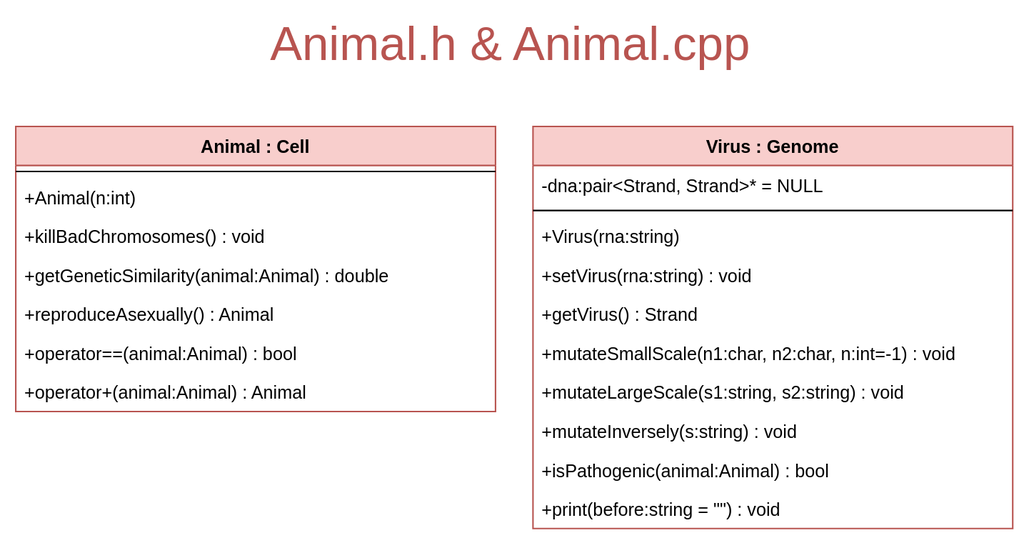
Earlier version of the draw.io export schema/classes/Animal.drawio.svg (k-forghani/class-of-life). Source tidied: cells renumbered, new cells last; positions are measured from the earlier drawing's top-left corner, leaving out a move shared by most shapes. The source it was exported from:
```xml
<mxGraphModel>
  <root>
    <mxCell id="0" />
    <mxCell id="1" parent="0" />
    <mxCell id="2" value="Virus : Genome" style="swimlane;fontStyle=1;align=center;verticalAlign=top;horizontal=1;startSize=26;rounded=0;shadow=0;strokeWidth=1;fillColor=#f8cecc;strokeColor=#b85450;swimlaneFillColor=default;" parent="1" vertex="1">
      <mxGeometry x="345" y="70" width="320" height="268" as="geometry" />
    </mxCell>
    <mxCell id="3" value="-dna:pair&lt;Strand, Strand&gt;* = NULL" style="text;align=left;verticalAlign=top;spacingLeft=4;spacingRight=4;overflow=hidden;" parent="2" vertex="1">
      <mxGeometry y="26" width="320" height="26" as="geometry" />
    </mxCell>
    <mxCell id="4" style="line;html=1;strokeWidth=1;align=left;verticalAlign=middle;spacingTop=-1;spacingLeft=3;spacingRight=3;labelPosition=right;" parent="2" vertex="1">
      <mxGeometry y="52" width="320" height="8" as="geometry" />
    </mxCell>
    <mxCell id="5" value="+Virus(rna:string)" style="text;align=left;verticalAlign=top;spacingLeft=4;spacingRight=4;overflow=hidden;" parent="2" vertex="1">
      <mxGeometry y="60" width="320" height="26" as="geometry" />
    </mxCell>
    <mxCell id="6" value="+setVirus(rna:string) : void" style="text;align=left;verticalAlign=top;spacingLeft=4;spacingRight=4;overflow=hidden;" parent="2" vertex="1">
      <mxGeometry y="86" width="320" height="26" as="geometry" />
    </mxCell>
    <mxCell id="7" value="+getVirus() : Strand" style="text;align=left;verticalAlign=top;spacingLeft=4;spacingRight=4;overflow=hidden;" parent="2" vertex="1">
      <mxGeometry y="112" width="320" height="26" as="geometry" />
    </mxCell>
    <mxCell id="8" value="+mutateSmallScale(n1:char, n2:char, n:int=-1) : void" style="text;align=left;verticalAlign=top;spacingLeft=4;spacingRight=4;overflow=hidden;" parent="2" vertex="1">
      <mxGeometry y="138" width="320" height="26" as="geometry" />
    </mxCell>
    <mxCell id="9" value="+mutateLargeScale(s1:string, s2:string) : void" style="text;align=left;verticalAlign=top;spacingLeft=4;spacingRight=4;overflow=hidden;" parent="2" vertex="1">
      <mxGeometry y="164" width="320" height="26" as="geometry" />
    </mxCell>
    <mxCell id="10" value="+mutateInversely(s:string) : void" style="text;align=left;verticalAlign=top;spacingLeft=4;spacingRight=4;overflow=hidden;" parent="2" vertex="1">
      <mxGeometry y="190" width="320" height="26" as="geometry" />
    </mxCell>
    <mxCell id="11" value="+isPathogenic(animal:Animal) : bool" style="text;align=left;verticalAlign=top;spacingLeft=4;spacingRight=4;overflow=hidden;" parent="2" vertex="1">
      <mxGeometry y="216" width="320" height="26" as="geometry" />
    </mxCell>
    <mxCell id="12" value="+print(before:string = &quot;&quot;) : void" style="text;align=left;verticalAlign=top;spacingLeft=4;spacingRight=4;overflow=hidden;" parent="2" vertex="1">
      <mxGeometry y="242" width="320" height="26" as="geometry" />
    </mxCell>
    <mxCell id="13" value="Animal : Cell" style="swimlane;fontStyle=1;align=center;verticalAlign=top;horizontal=1;startSize=26;rounded=0;shadow=0;strokeWidth=1;fillColor=#f8cecc;strokeColor=#B85450;swimlaneFillColor=default;" parent="1" vertex="1">
      <mxGeometry y="70" width="320" height="190" as="geometry" />
    </mxCell>
    <mxCell id="14" style="line;html=1;strokeWidth=1;align=left;verticalAlign=middle;spacingTop=-1;spacingLeft=3;spacingRight=3;labelPosition=right;" parent="13" vertex="1">
      <mxGeometry y="26" width="320" height="8" as="geometry" />
    </mxCell>
    <mxCell id="15" value="+Animal(n:int)" style="text;align=left;verticalAlign=top;spacingLeft=4;spacingRight=4;overflow=hidden;" parent="13" vertex="1">
      <mxGeometry y="34" width="320" height="26" as="geometry" />
    </mxCell>
    <mxCell id="16" value="+killBadChromosomes() : void" style="text;align=left;verticalAlign=top;spacingLeft=4;spacingRight=4;overflow=hidden;" parent="13" vertex="1">
      <mxGeometry y="60" width="320" height="26" as="geometry" />
    </mxCell>
    <mxCell id="17" value="+getGeneticSimilarity(animal:Animal) : double" style="text;align=left;verticalAlign=top;spacingLeft=4;spacingRight=4;overflow=hidden;" parent="13" vertex="1">
      <mxGeometry y="86" width="320" height="26" as="geometry" />
    </mxCell>
    <mxCell id="18" value="+reproduceAsexually() : Animal" style="text;align=left;verticalAlign=top;spacingLeft=4;spacingRight=4;overflow=hidden;" parent="13" vertex="1">
      <mxGeometry y="112" width="320" height="26" as="geometry" />
    </mxCell>
    <mxCell id="19" value="+operator==(animal:Animal) : bool" style="text;align=left;verticalAlign=top;spacingLeft=4;spacingRight=4;overflow=hidden;" parent="13" vertex="1">
      <mxGeometry y="138" width="320" height="26" as="geometry" />
    </mxCell>
    <mxCell id="20" value="+operator+(animal:Animal) : Animal" style="text;align=left;verticalAlign=top;spacingLeft=4;spacingRight=4;overflow=hidden;" parent="13" vertex="1">
      <mxGeometry y="164" width="320" height="26" as="geometry" />
    </mxCell>
    <mxCell id="21" value="&lt;span style=&quot;font-size: 32px;&quot;&gt;Animal.h&lt;/span&gt; &amp;amp; &lt;span style=&quot;font-size: 32px;&quot;&gt;Animal.cpp&lt;/span&gt;" style="text;html=1;strokeColor=none;fillColor=none;align=center;verticalAlign=middle;whiteSpace=wrap;rounded=0;fontSize=32;fontColor=#B85450;" parent="1" vertex="1">
      <mxGeometry x="125" width="410" height="30" as="geometry" />
    </mxCell>
  </root>
</mxGraphModel>
```
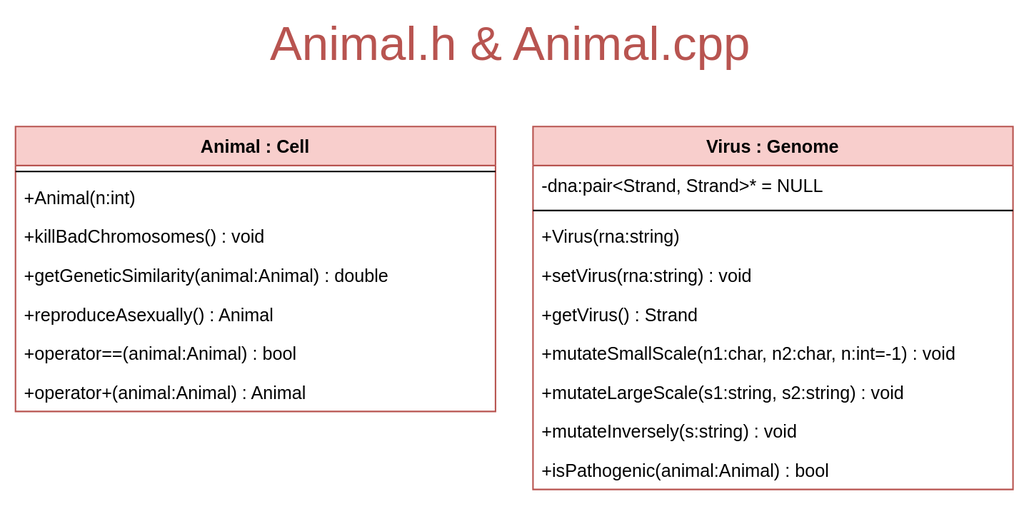
The same diagram one commit later.

Change to the diagram source:
```diff
@@ -3,7 +3,7 @@
     <mxCell id="0" />
     <mxCell id="1" parent="0" />
     <mxCell id="2" value="Virus : Genome" style="swimlane;fontStyle=1;align=center;verticalAlign=top;horizontal=1;startSize=26;rounded=0;shadow=0;strokeWidth=1;fillColor=#f8cecc;strokeColor=#b85450;swimlaneFillColor=default;" parent="1" vertex="1">
-      <mxGeometry x="345" y="70" width="320" height="268" as="geometry" />
+      <mxGeometry x="345" y="70" width="320" height="242" as="geometry" />
     </mxCell>
     <mxCell id="3" value="-dna:pair&lt;Strand, Strand&gt;* = NULL" style="text;align=left;verticalAlign=top;spacingLeft=4;spacingRight=4;overflow=hidden;" parent="2" vertex="1">
       <mxGeometry y="26" width="320" height="26" as="geometry" />
@@ -32,9 +32,6 @@
     <mxCell id="11" value="+isPathogenic(animal:Animal) : bool" style="text;align=left;verticalAlign=top;spacingLeft=4;spacingRight=4;overflow=hidden;" parent="2" vertex="1">
       <mxGeometry y="216" width="320" height="26" as="geometry" />
     </mxCell>
-    <mxCell id="12" value="+print(before:string = &quot;&quot;) : void" style="text;align=left;verticalAlign=top;spacingLeft=4;spacingRight=4;overflow=hidden;" parent="2" vertex="1">
-      <mxGeometry y="242" width="320" height="26" as="geometry" />
-    </mxCell>
     <mxCell id="13" value="Animal : Cell" style="swimlane;fontStyle=1;align=center;verticalAlign=top;horizontal=1;startSize=26;rounded=0;shadow=0;strokeWidth=1;fillColor=#f8cecc;strokeColor=#B85450;swimlaneFillColor=default;" parent="1" vertex="1">
       <mxGeometry y="70" width="320" height="190" as="geometry" />
     </mxCell>
```
